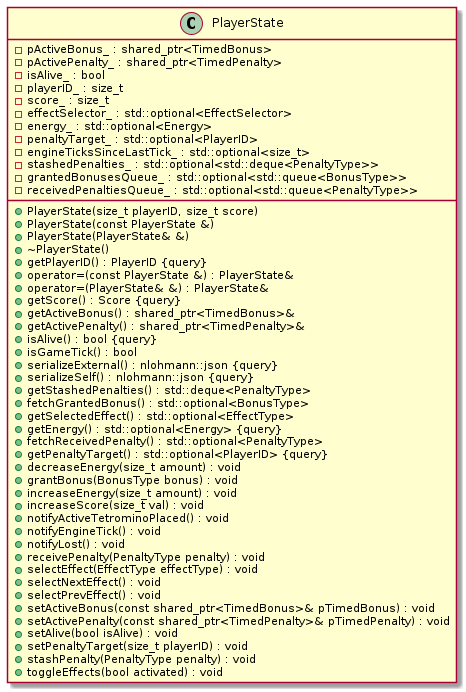
ulb-info2-group5/Royal-Blocks keeps this PlantUML diagram as res/uml/class/PlayerStateClass.png. Above is the earlier version. Its source is kept beside it as doc/uml/class/game/tetris_royal_lib/PlayerStateClass.plantuml.
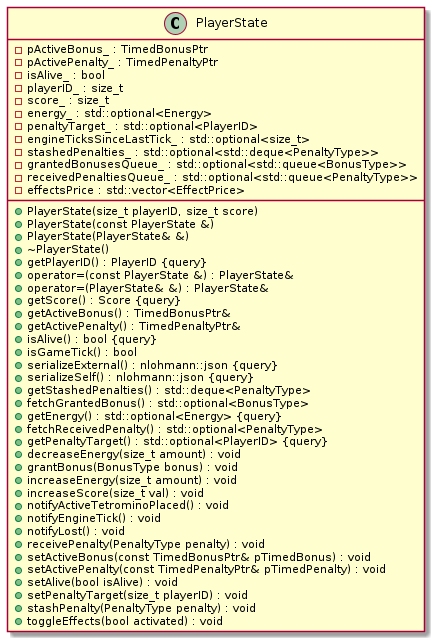
Above is the later version.

What changed in the source:
```diff
@@ -14,10 +14,10 @@
 	+operator=(const PlayerState &) : PlayerState&
 	+operator=(PlayerState& &) : PlayerState&
 	+getScore() : Score {query}
-	-pActiveBonus_ : shared_ptr<TimedBonus>
-	+getActiveBonus() : shared_ptr<TimedBonus>&
-	-pActivePenalty_ : shared_ptr<TimedPenalty>
-	+getActivePenalty() : shared_ptr<TimedPenalty>&
+	-pActiveBonus_ : TimedBonusPtr
+	+getActiveBonus() : TimedBonusPtr&
+	-pActivePenalty_ : TimedPenaltyPtr
+	+getActivePenalty() : TimedPenaltyPtr&
 	+isAlive() : bool {query}
 	-isAlive_ : bool
 	+isGameTick() : bool
@@ -27,8 +27,6 @@
 	-score_ : size_t
 	+getStashedPenalties() : std::deque<PenaltyType>
 	+fetchGrantedBonus() : std::optional<BonusType>
-	-effectSelector_ : std::optional<EffectSelector>
-	+getSelectedEffect() : std::optional<EffectType>
 	-energy_ : std::optional<Energy>
 	+getEnergy() : std::optional<Energy> {query}
 	+fetchReceivedPenalty() : std::optional<PenaltyType>
@@ -38,6 +36,7 @@
 	-stashedPenalties_ : std::optional<std::deque<PenaltyType>>
 	-grantedBonusesQueue_ : std::optional<std::queue<BonusType>>
 	-receivedPenaltiesQueue_ : std::optional<std::queue<PenaltyType>>
+	-effectsPrice : std::vector<EffectPrice>
 	+decreaseEnergy(size_t amount) : void
 	+grantBonus(BonusType bonus) : void
 	+increaseEnergy(size_t amount) : void
@@ -46,11 +45,8 @@
 	+notifyEngineTick() : void
 	+notifyLost() : void
 	+receivePenalty(PenaltyType penalty) : void
-	+selectEffect(EffectType effectType) : void
-	+selectNextEffect() : void
-	+selectPrevEffect() : void
-	+setActiveBonus(const shared_ptr<TimedBonus>& pTimedBonus) : void
-	+setActivePenalty(const shared_ptr<TimedPenalty>& pTimedPenalty) : void
+	+setActiveBonus(const TimedBonusPtr& pTimedBonus) : void
+	+setActivePenalty(const TimedPenaltyPtr& pTimedPenalty) : void
 	+setAlive(bool isAlive) : void
 	+setPenaltyTarget(size_t playerID) : void
 	+stashPenalty(PenaltyType penalty) : void
```
